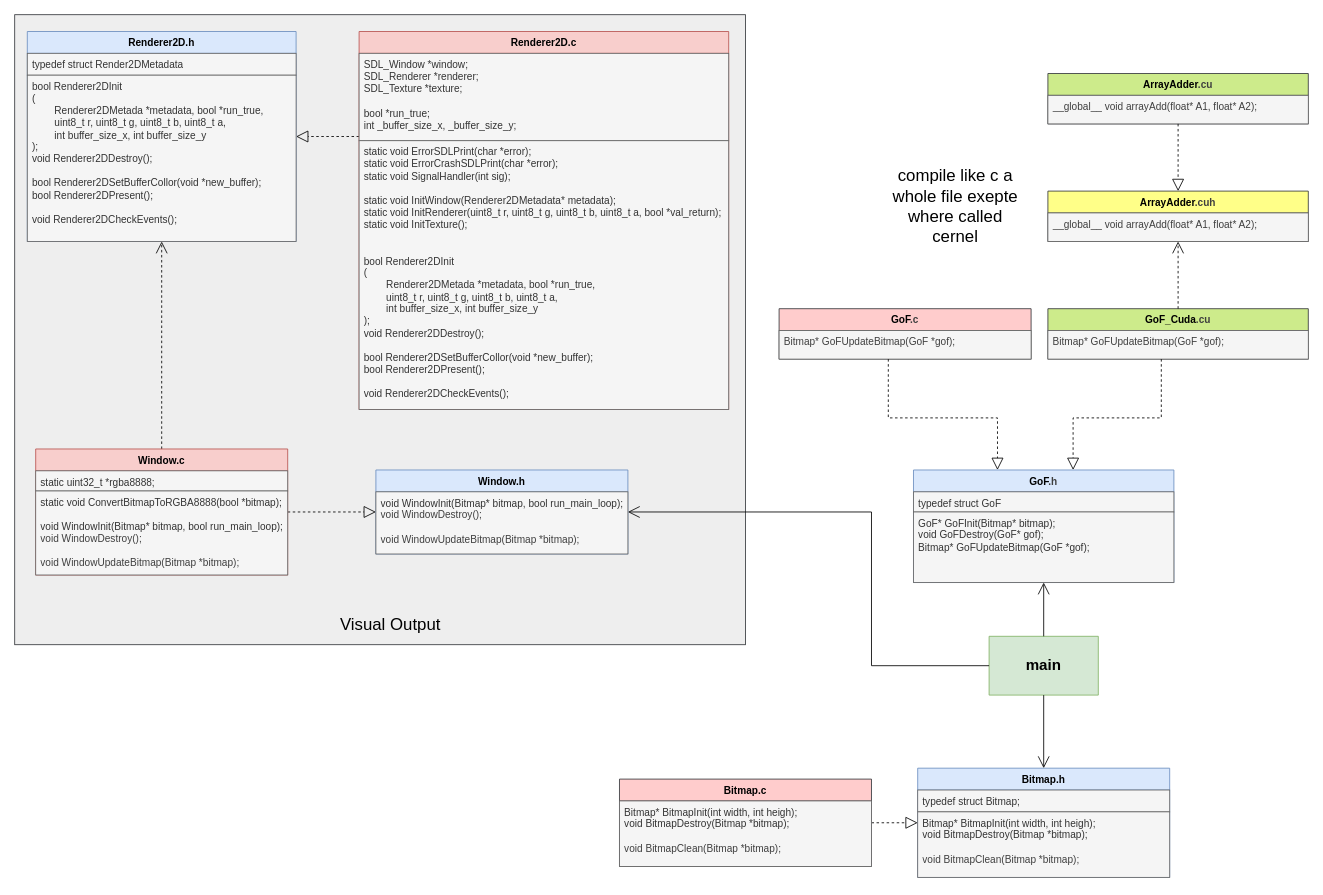
Earlier version of the draw.io diagram GameOfLife.drawio (OGecgo/ConwayGameOfLife_GPU_Acceleration). Source tidied: cells renumbered, new cells numbered last; positions are measured from the earlier drawing's top-left corner, leaving out a move shared by most shapes. Both pictures are drawn from the tidied source at 84%, with x=0, y=0 at pixel (14, 14).
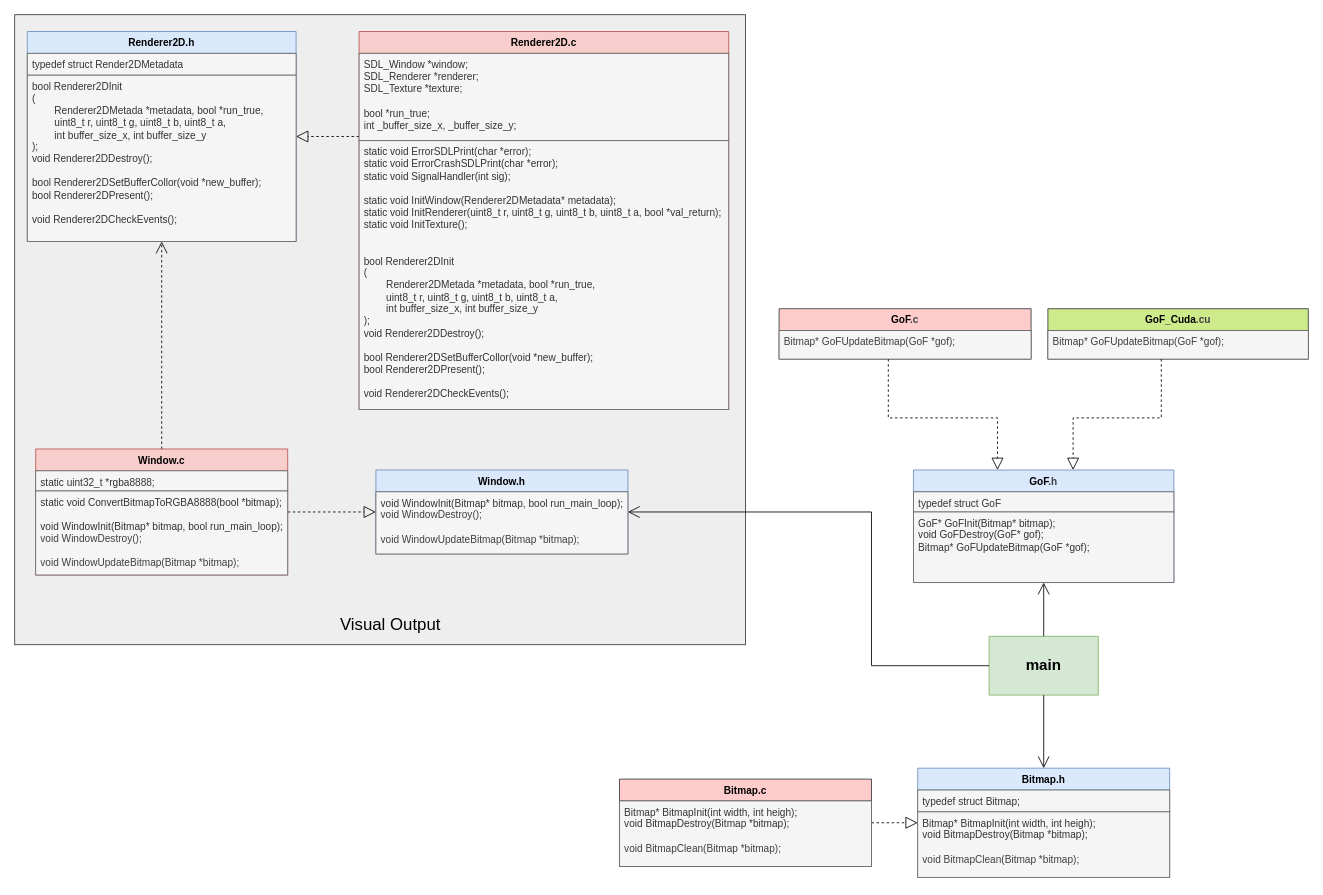
The same diagram, later.

The change refers to these unchanged cells:
```xml
<mxCell id="31" value="&lt;div&gt;GoF_Cuda&lt;span style=&quot;color: rgb(63, 63, 63); background-color: transparent;&quot;&gt;.cu&lt;/span&gt;&lt;/div&gt;" style="swimlane;fontStyle=1;align=center;verticalAlign=top;horizontal=1;startSize=26;whiteSpace=wrap;html=1;fillColor=#cdeb8b;strokeColor=#36393d;" parent="1" vertex="1">
  <mxGeometry x="1230" y="350" width="310" height="60" as="geometry" />
</mxCell>
```

Diff of the diagram source:
```diff
@@
-    <mxCell id="37" value="&lt;div&gt;ArrayAdder&lt;span style=&quot;color: rgb(63, 63, 63); background-color: transparent;&quot;&gt;.cu&lt;/span&gt;&lt;/div&gt;" style="swimlane;fontStyle=1;align=center;verticalAlign=top;horizontal=1;startSize=26;whiteSpace=wrap;html=1;fillColor=#cdeb8b;strokeColor=#36393d;" parent="1" vertex="1">
-      <mxGeometry x="1230" y="70" width="310" height="60" as="geometry" />
-    </mxCell>
-    <mxCell id="38" value="&lt;span style=&quot;color: rgb(63, 63, 63);&quot;&gt;__global__ void arrayAdd(float* A1, float* A2);&lt;/span&gt;" style="text;strokeColor=#666666;fillColor=#f5f5f5;align=left;verticalAlign=top;spacingLeft=4;spacingRight=4;overflow=hidden;whiteSpace=wrap;html=1;fontColor=#333333;" parent="37" vertex="1">
-      <mxGeometry y="26" width="310" height="34" as="geometry" />
-    </mxCell>
-    <mxCell id="39" value="&lt;div&gt;ArrayAdder&lt;span style=&quot;color: rgb(63, 63, 63); background-color: transparent;&quot;&gt;.cuh&lt;/span&gt;&lt;/div&gt;" style="swimlane;fontStyle=1;align=center;verticalAlign=top;horizontal=1;startSize=26;whiteSpace=wrap;html=1;fillColor=#ffff88;strokeColor=#36393d;" parent="1" vertex="1">
-      <mxGeometry x="1230" y="210" width="310" height="60" as="geometry" />
-    </mxCell>
-    <mxCell id="40" value="&lt;span style=&quot;color: rgb(63, 63, 63);&quot;&gt;__global__ void arrayAdd(float* A1, float* A2);&lt;/span&gt;" style="text;strokeColor=#666666;fillColor=#f5f5f5;align=left;verticalAlign=top;spacingLeft=4;spacingRight=4;overflow=hidden;whiteSpace=wrap;html=1;fontColor=#333333;" parent="39" vertex="1">
-      <mxGeometry y="26" width="310" height="34" as="geometry" />
-    </mxCell>
-    <mxCell id="41" style="edgeStyle=orthogonalEdgeStyle;rounded=0;jettySize=auto;html=1;endSize=12;endArrow=block;endFill=0;dashed=1;" parent="1" edge="1" source="37" target="39">
-      <mxGeometry relative="1" as="geometry">
-        <Array as="points">
-          <mxPoint x="1385" y="160" />
-          <mxPoint x="1385" y="160" />
-        </Array>
-      </mxGeometry>
-    </mxCell>
-    <mxCell id="42" style="edgeStyle=orthogonalEdgeStyle;rounded=0;jettySize=auto;html=1;endArrow=open;endFill=0;dashed=1;endSize=12;" parent="1" edge="1" source="31" target="39">
-      <mxGeometry relative="1" as="geometry" />
-    </mxCell>
-    <mxCell id="43" value="compile like c a whole file exepte where called cernel" style="text;html=1;align=center;verticalAlign=middle;whiteSpace=wrap;rounded=0;fontSize=20;" parent="1" vertex="1">
-      <mxGeometry x="1040" y="160" width="160" height="133" as="geometry" />
-    </mxCell>
```
